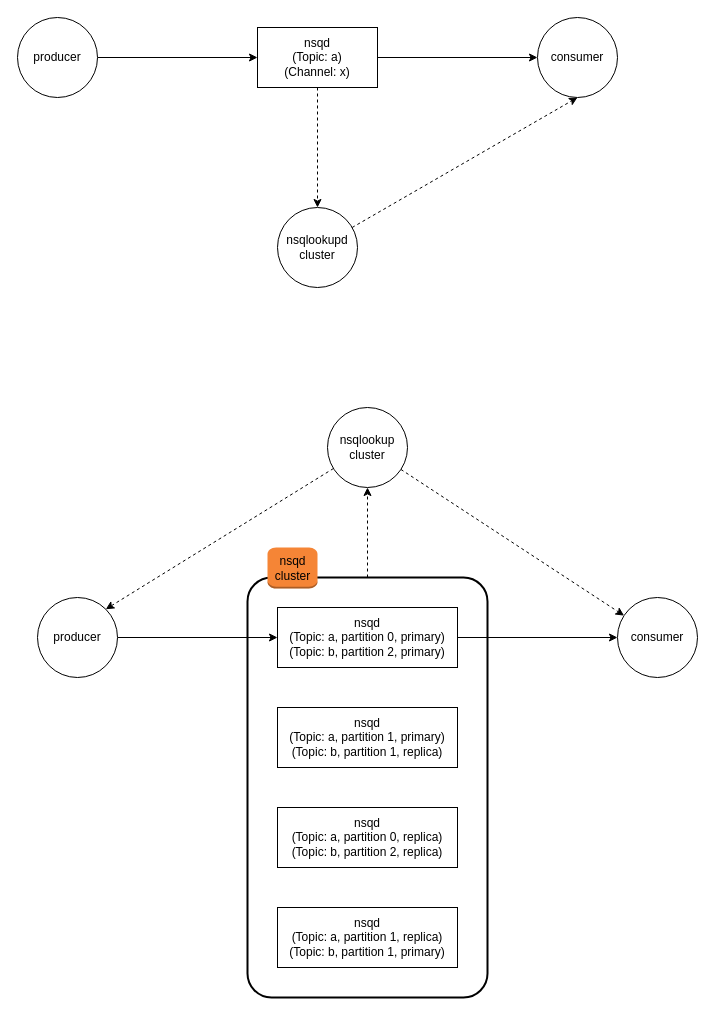
This is nsqd-arch.drawio from abbshr/diagram, a draw.io file, before an edit. Source tidied: cells renumbered, new cells numbered last; positions are measured from the earlier drawing's top-left corner, leaving out a move shared by most shapes. Both pictures are drawn from the tidied source at 100%, with x=0, y=0 at pixel (17, 17).
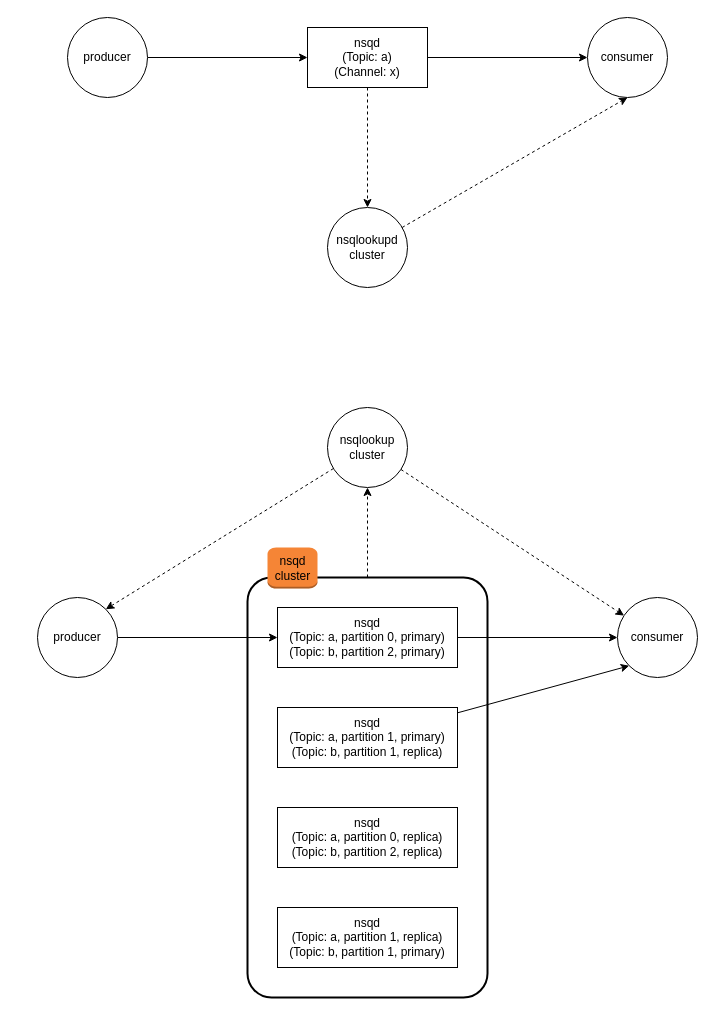
After the change.

Unchanged cells that the change refers to:
```xml
<mxCell id="16" value="consumer" style="ellipse;whiteSpace=wrap;html=1;" parent="1" vertex="1">
  <mxGeometry x="600" y="580" width="80" height="80" as="geometry" />
</mxCell>
<mxCell id="17" value="nsqd&lt;br&gt;(Topic: a, partition 1, primary)&lt;br&gt;(Topic: b, partition 1, replica)" style="rounded=0;whiteSpace=wrap;html=1;" parent="1" vertex="1">
  <mxGeometry x="260" y="690" width="180" height="60" as="geometry" />
</mxCell>
```

The edit, as a diff of the source:
```diff
@@
     <mxCell id="5" value="producer" style="ellipse;whiteSpace=wrap;html=1;" parent="1" vertex="1">
-      <mxGeometry width="80" height="80" as="geometry" />
+      <mxGeometry x="50" width="80" height="80" as="geometry" />
     </mxCell>
@@
     <mxCell id="8" value="nsqd&lt;br&gt;(Topic: a)&lt;br&gt;(Channel: x)" style="rounded=0;whiteSpace=wrap;html=1;" parent="1" vertex="1">
-      <mxGeometry x="240" y="10" width="120" height="60" as="geometry" />
+      <mxGeometry x="290" y="10" width="120" height="60" as="geometry" />
     </mxCell>
@@
     <mxCell id="10" value="nsqlookupd&lt;br&gt;cluster" style="ellipse;whiteSpace=wrap;html=1;" parent="1" vertex="1">
-      <mxGeometry x="260" y="190" width="80" height="80" as="geometry" />
+      <mxGeometry x="310" y="190" width="80" height="80" as="geometry" />
     </mxCell>
     <mxCell id="11" value="consumer" style="ellipse;whiteSpace=wrap;html=1;" parent="1" vertex="1">
-      <mxGeometry x="520" width="80" height="80" as="geometry" />
+      <mxGeometry x="570" width="80" height="80" as="geometry" />
     </mxCell>
@@
+    <mxCell id="24" style="edgeStyle=none;rounded=0;jettySize=auto;html=1;entryX=0;entryY=1;entryDx=0;entryDy=0;" parent="1" edge="1" source="17" target="16">
+      <mxGeometry relative="1" as="geometry" />
+    </mxCell>
```
